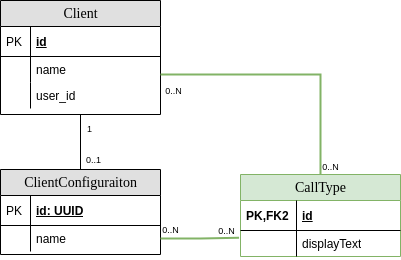
This is src/graphics/diagramms/erd_intercom_v02.drawio.png from jsvilling/IP6_Bachelorarbeit_Bericht_Cloudbasiertes_Praxisrufsystem, a draw.io export, as it was before one commit. Source tidied: cells renumbered, new cells last; positions are measured from the earlier drawing's top-left corner, leaving out a move shared by most shapes.
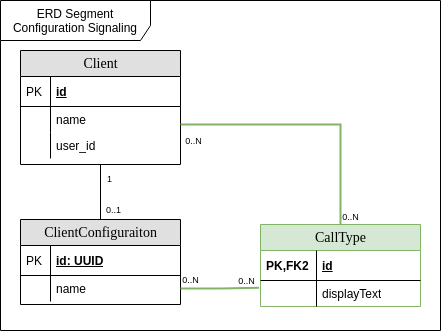
The same file after the commit.

What changed in the source:
```diff
@@ -87,5 +87,8 @@
     <mxCell id="27" style="edgeStyle=orthogonalEdgeStyle;rounded=0;jettySize=auto;html=1;entryX=-0.009;entryY=0.276;entryDx=0;entryDy=0;entryPerimeter=0;endArrow=none;endFill=0;fillColor=#d5e8d4;strokeColor=#82b366;strokeWidth=2;" parent="1" edge="1" source="5" target="17">
       <mxGeometry relative="1" as="geometry" />
     </mxCell>
+    <mxCell id="28" value="ERD Segment&lt;br&gt;Configuration Signaling" style="shape=umlFrame;whiteSpace=wrap;html=1;width=150;height=40;" parent="1" vertex="1">
+      <mxGeometry x="-20" y="-50" width="440" height="330" as="geometry" />
+    </mxCell>
   </root>
 </mxGraphModel>
```
